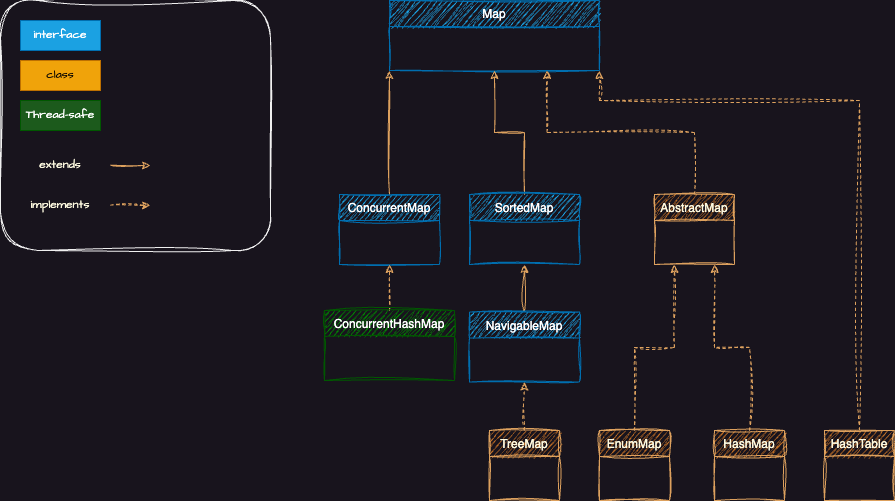
Above: JavaOCP20221017/src/main/java/com/ocp/day16/map/UML/GroupOfObjectsFromMap.png in JamesCoding888/JavaOCP20221017 (draw.io), before the change. Source tidied: cells renumbered, new cells last; positions are measured from the earlier drawing's top-left corner, leaving out a move shared by most shapes.
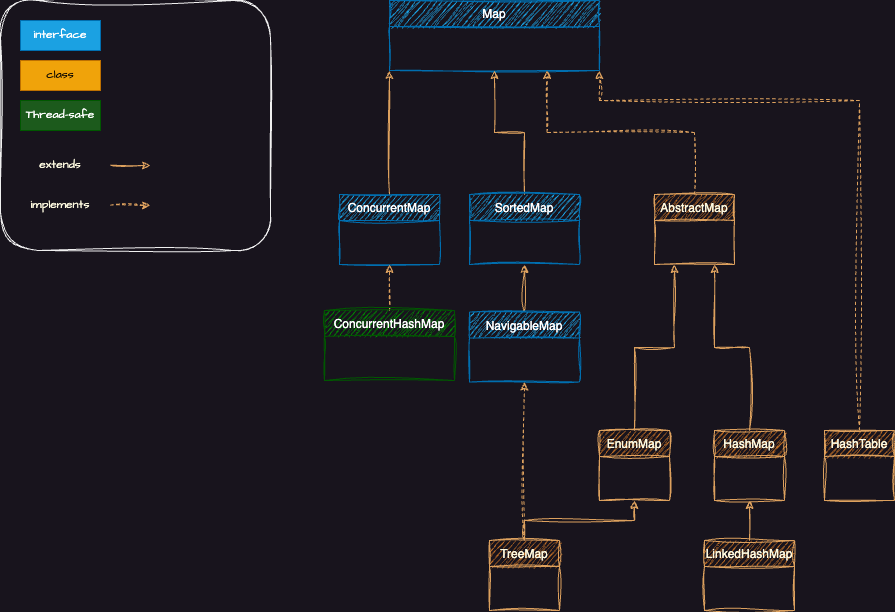
After the change.

Commit message:
day16 1. Update LinkedHashMap.docx 2. Update .drawio for GroupdOfObjectsFromMap

What changed in the source:
```diff
@@ -33,7 +33,7 @@
       <mxGeometry relative="1" as="geometry" />
     </mxCell>
     <mxCell id="12" value="TreeMap" style="swimlane;fontStyle=0;align=center;verticalAlign=top;horizontal=1;startSize=26;rounded=0;shadow=0;strokeWidth=1;sketch=1;curveFitting=1;jiggle=2;labelBackgroundColor=none;fillColor=#BC6C25;strokeColor=#DDA15E;fontColor=#FEFAE0;" parent="1" vertex="1">
-      <mxGeometry x="489" y="430" width="70" height="70" as="geometry" />
+      <mxGeometry x="489" y="540" width="70" height="70" as="geometry" />
     </mxCell>
     <mxCell id="13" value="Thread-safe" style="text;html=1;align=center;verticalAlign=middle;whiteSpace=wrap;rounded=0;fontFamily=Architects Daughter;fontSource=https%3A%2F%2Ffonts.googleapis.com%2Fcss%3Ffamily%3DArchitects%2BDaughter;fontColor=#ffffff;fillColor=#1c5a1c;strokeColor=#005700;" parent="1" vertex="1">
       <mxGeometry x="20" y="100" width="80" height="30" as="geometry" />
@@ -77,10 +77,10 @@
     <mxCell id="24" value="HashMap" style="swimlane;fontStyle=0;align=center;verticalAlign=top;horizontal=1;startSize=26;rounded=0;shadow=0;strokeWidth=1;sketch=1;curveFitting=1;jiggle=2;labelBackgroundColor=none;fillColor=#BC6C25;strokeColor=#DDA15E;fontColor=#FEFAE0;" parent="1" vertex="1">
       <mxGeometry x="714" y="430" width="70" height="70" as="geometry" />
     </mxCell>
-    <mxCell id="25" style="edgeStyle=orthogonalEdgeStyle;rounded=0;sketch=1;hachureGap=4;jiggle=2;curveFitting=1;jettySize=auto;html=1;entryX=0.25;entryY=1;entryDx=0;entryDy=0;strokeColor=#DDA15E;fontFamily=Architects Daughter;fontSource=https%3A%2F%2Ffonts.googleapis.com%2Fcss%3Ffamily%3DArchitects%2BDaughter;fontColor=#FEFAE0;fillColor=#BC6C25;dashed=1;exitX=0.5;exitY=0;exitDx=0;exitDy=0;" parent="1" edge="1" source="23" target="21">
+    <mxCell id="25" style="edgeStyle=orthogonalEdgeStyle;rounded=0;sketch=1;hachureGap=4;jiggle=2;curveFitting=1;jettySize=auto;html=1;entryX=0.25;entryY=1;entryDx=0;entryDy=0;strokeColor=#DDA15E;fontFamily=Architects Daughter;fontSource=https%3A%2F%2Ffonts.googleapis.com%2Fcss%3Ffamily%3DArchitects%2BDaughter;fontColor=#FEFAE0;fillColor=#BC6C25;exitX=0.5;exitY=0;exitDx=0;exitDy=0;" parent="1" edge="1" source="23" target="21">
       <mxGeometry relative="1" as="geometry" />
     </mxCell>
-    <mxCell id="26" style="edgeStyle=orthogonalEdgeStyle;rounded=0;sketch=1;hachureGap=4;jiggle=2;curveFitting=1;jettySize=auto;html=1;entryX=0.75;entryY=1;entryDx=0;entryDy=0;strokeColor=#DDA15E;fontFamily=Architects Daughter;fontSource=https%3A%2F%2Ffonts.googleapis.com%2Fcss%3Ffamily%3DArchitects%2BDaughter;fontColor=#FEFAE0;fillColor=#BC6C25;dashed=1;exitX=0.5;exitY=0;exitDx=0;exitDy=0;" parent="1" edge="1" source="24" target="21">
+    <mxCell id="26" style="edgeStyle=orthogonalEdgeStyle;rounded=0;sketch=1;hachureGap=4;jiggle=2;curveFitting=1;jettySize=auto;html=1;entryX=0.75;entryY=1;entryDx=0;entryDy=0;strokeColor=#DDA15E;fontFamily=Architects Daughter;fontSource=https%3A%2F%2Ffonts.googleapis.com%2Fcss%3Ffamily%3DArchitects%2BDaughter;fontColor=#FEFAE0;fillColor=#BC6C25;exitX=0.5;exitY=0;exitDx=0;exitDy=0;" parent="1" edge="1" source="24" target="21">
       <mxGeometry relative="1" as="geometry" />
     </mxCell>
     <mxCell id="27" value="HashTable" style="swimlane;fontStyle=0;align=center;verticalAlign=top;horizontal=1;startSize=26;rounded=0;shadow=0;strokeWidth=1;sketch=1;curveFitting=1;jiggle=2;labelBackgroundColor=none;fillColor=#BC6C25;strokeColor=#DDA15E;fontColor=#FEFAE0;" parent="1" vertex="1">
@@ -93,5 +93,14 @@
         </Array>
       </mxGeometry>
     </mxCell>
+    <mxCell id="29" value="LinkedHashMap" style="swimlane;fontStyle=0;align=center;verticalAlign=top;horizontal=1;startSize=26;rounded=0;shadow=0;strokeWidth=1;sketch=1;curveFitting=1;jiggle=2;labelBackgroundColor=none;fillColor=#BC6C25;strokeColor=#DDA15E;fontColor=#FEFAE0;" parent="1" vertex="1">
+      <mxGeometry x="704" y="540" width="90" height="70" as="geometry" />
+    </mxCell>
+    <mxCell id="30" style="edgeStyle=orthogonalEdgeStyle;rounded=0;sketch=1;hachureGap=4;jiggle=2;curveFitting=1;jettySize=auto;html=1;entryX=0.5;entryY=1;entryDx=0;entryDy=0;strokeColor=#DDA15E;fontFamily=Architects Daughter;fontSource=https%3A%2F%2Ffonts.googleapis.com%2Fcss%3Ffamily%3DArchitects%2BDaughter;fontColor=#FEFAE0;fillColor=#BC6C25;exitX=0.5;exitY=0;exitDx=0;exitDy=0;" parent="1" edge="1" source="29" target="24">
+      <mxGeometry relative="1" as="geometry" />
+    </mxCell>
+    <mxCell id="31" style="edgeStyle=orthogonalEdgeStyle;rounded=0;sketch=1;hachureGap=4;jiggle=2;curveFitting=1;jettySize=auto;html=1;entryX=0.5;entryY=1;entryDx=0;entryDy=0;strokeColor=#DDA15E;fontFamily=Architects Daughter;fontSource=https%3A%2F%2Ffonts.googleapis.com%2Fcss%3Ffamily%3DArchitects%2BDaughter;fontColor=#FEFAE0;fillColor=#BC6C25;exitX=0.5;exitY=0;exitDx=0;exitDy=0;" parent="1" edge="1" source="12" target="23">
+      <mxGeometry relative="1" as="geometry" />
+    </mxCell>
   </root>
 </mxGraphModel>
```
